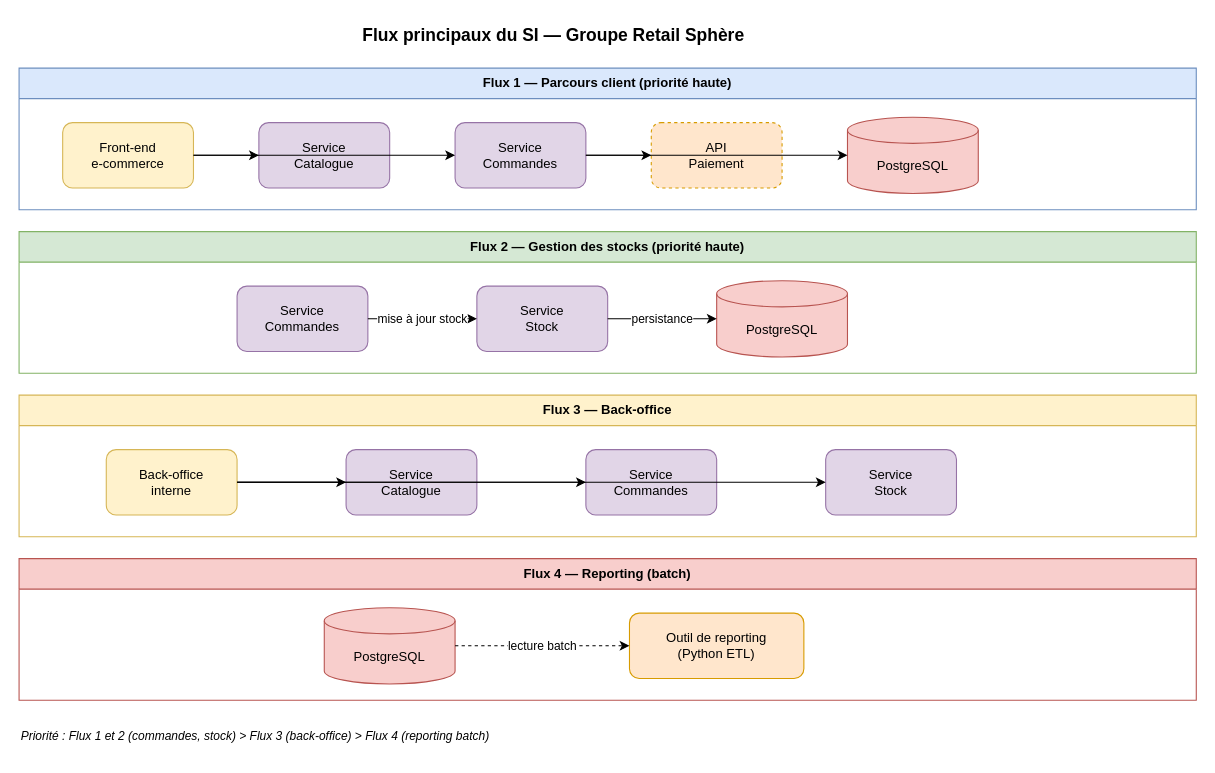
laurentcoufinal/projet11 keeps this draw.io diagram as projet/livrables/diagrammes/flux-dependances.drawio. Above is the earlier version. Source tidied: cells renumbered, new cells numbered last; positions are measured from the earlier drawing's top-left corner, leaving out a move shared by most shapes. Both pictures are drawn from the tidied source at 109%, with x=0, y=0 at pixel (19, 19).
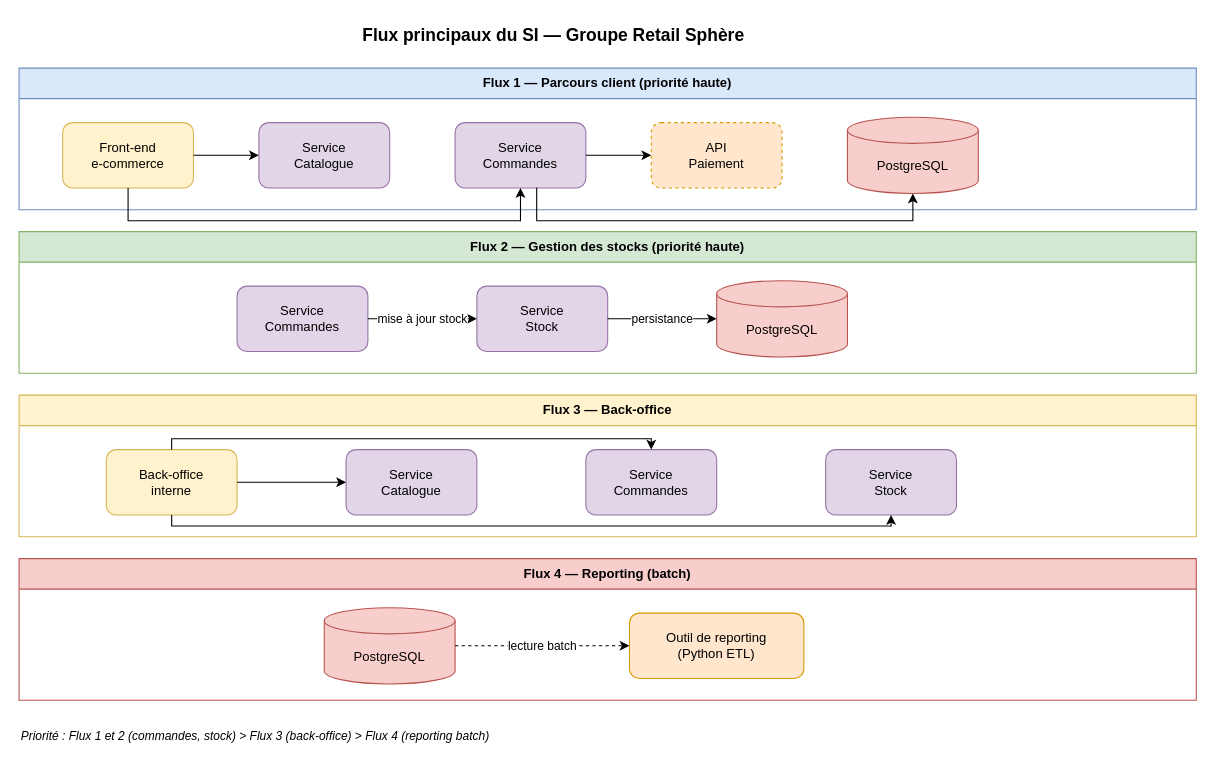
Above is the later version.

Unchanged cells that the change refers to:
```xml
<mxCell id="3" value="Flux 1 — Parcours client (priorité haute)" style="swimlane;whiteSpace=wrap;html=1;fillColor=#dae8fc;strokeColor=#6c8ebf;fontStyle=1;startSize=28;" parent="1" vertex="1">
  <mxGeometry y="45" width="1080" height="130" as="geometry" />
</mxCell>
<mxCell id="4" value="Front-end&#10;e-commerce" style="rounded=1;whiteSpace=wrap;html=1;fillColor=#fff2cc;strokeColor=#d6b656;" parent="3" vertex="1">
  <mxGeometry x="40" y="50" width="120" height="60" as="geometry" />
</mxCell>
<mxCell id="6" value="Service&#10;Commandes" style="rounded=1;whiteSpace=wrap;html=1;fillColor=#e1d5e7;strokeColor=#9673a6;" parent="3" vertex="1">
  <mxGeometry x="400" y="50" width="120" height="60" as="geometry" />
</mxCell>
<mxCell id="8" value="PostgreSQL" style="shape=cylinder3;whiteSpace=wrap;html=1;boundedLbl=1;backgroundOutline=1;size=12;fillColor=#f8cecc;strokeColor=#b85450;" parent="3" vertex="1">
  <mxGeometry x="760" y="45" width="120" height="70" as="geometry" />
</mxCell>
<mxCell id="19" value="Flux 3 — Back-office" style="swimlane;whiteSpace=wrap;html=1;fillColor=#fff2cc;strokeColor=#d6b656;fontStyle=1;startSize=28;" parent="1" vertex="1">
  <mxGeometry y="345" width="1080" height="130" as="geometry" />
</mxCell>
<mxCell id="20" value="Back-office&#10;interne" style="rounded=1;whiteSpace=wrap;html=1;fillColor=#fff2cc;strokeColor=#d6b656;" parent="19" vertex="1">
  <mxGeometry x="80" y="50" width="120" height="60" as="geometry" />
</mxCell>
<mxCell id="22" value="Service&#10;Commandes" style="rounded=1;whiteSpace=wrap;html=1;fillColor=#e1d5e7;strokeColor=#9673a6;" parent="19" vertex="1">
  <mxGeometry x="520" y="50" width="120" height="60" as="geometry" />
</mxCell>
<mxCell id="23" value="Service&#10;Stock" style="rounded=1;whiteSpace=wrap;html=1;fillColor=#e1d5e7;strokeColor=#9673a6;" parent="19" vertex="1">
  <mxGeometry x="740" y="50" width="120" height="60" as="geometry" />
</mxCell>
```

The edit, as a diff of the source:
```diff
@@
     <mxCell id="10" style="edgeStyle=orthogonalEdgeStyle;rounded=0;html=1;endArrow=classic;" parent="3" edge="1" source="4" target="6">
-      <mxGeometry relative="1" as="geometry" />
+      <mxGeometry relative="1" as="geometry">
+        <Array as="points">
+          <mxPoint x="100" y="140" />
+          <mxPoint x="460" y="140" />
+        </Array>
+      </mxGeometry>
     </mxCell>
@@
-    <mxCell id="12" style="edgeStyle=orthogonalEdgeStyle;rounded=0;html=1;endArrow=classic;" parent="3" edge="1" source="6" target="8">
-      <mxGeometry relative="1" as="geometry" />
+    <mxCell id="12" style="edgeStyle=orthogonalEdgeStyle;rounded=0;html=1;endArrow=classic;exitX=0.624;exitY=0.997;exitDx=0;exitDy=0;exitPerimeter=0;" parent="3" edge="1" source="6" target="8">
+      <mxGeometry relative="1" as="geometry">
+        <Array as="points">
+          <mxPoint x="475" y="140" />
+          <mxPoint x="820" y="140" />
+        </Array>
+      </mxGeometry>
     </mxCell>
@@
     <mxCell id="25" style="edgeStyle=orthogonalEdgeStyle;rounded=0;html=1;endArrow=classic;" parent="19" edge="1" source="20" target="22">
-      <mxGeometry relative="1" as="geometry" />
+      <mxGeometry relative="1" as="geometry">
+        <Array as="points">
+          <mxPoint x="140" y="40" />
+          <mxPoint x="580" y="40" />
+        </Array>
+      </mxGeometry>
     </mxCell>
     <mxCell id="26" style="edgeStyle=orthogonalEdgeStyle;rounded=0;html=1;endArrow=classic;" parent="19" edge="1" source="20" target="23">
-      <mxGeometry relative="1" as="geometry" />
+      <mxGeometry relative="1" as="geometry">
+        <Array as="points">
+          <mxPoint x="140" y="120" />
+          <mxPoint x="800" y="120" />
+        </Array>
+      </mxGeometry>
     </mxCell>
```
